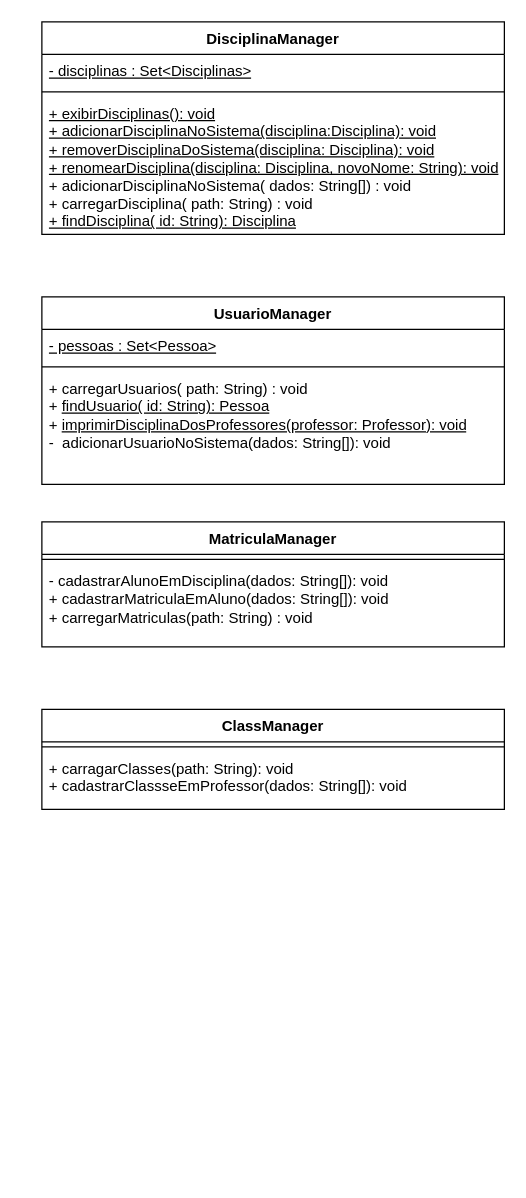
Before: projeto/diagrama_de_classes/diagrama_classe_managers.drawio in Suvacco/AGS, a draw.io diagram. Source tidied: cells renumbered, new cells numbered last; positions are measured from the earlier drawing's top-left corner, leaving out a move shared by most shapes. Both pictures are drawn from the tidied source at 125%, with x=0, y=0 at pixel (41, 21).
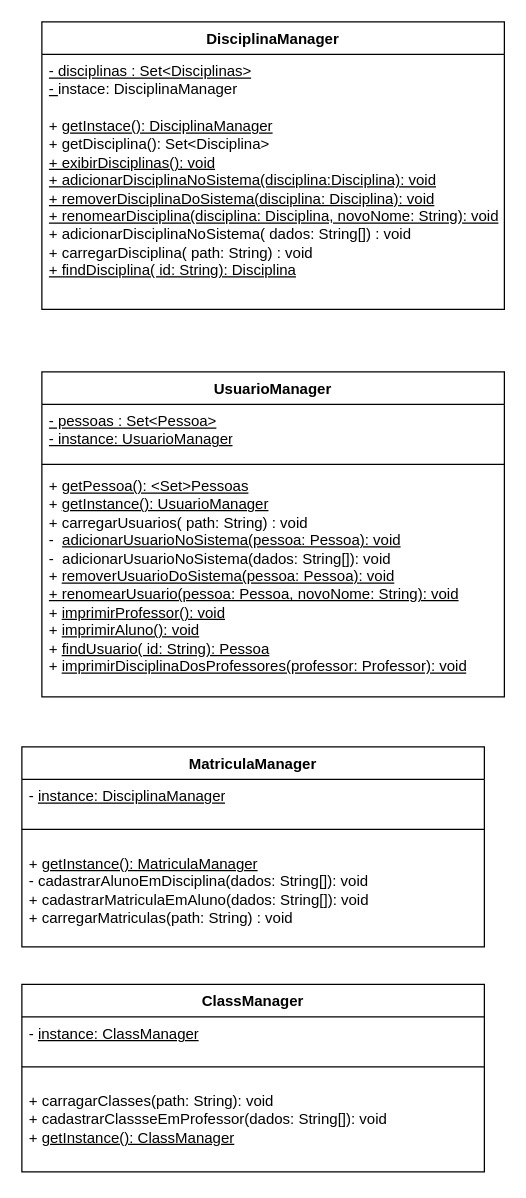
After the change.

Commit message (it also covers changes not shown here):
Diagrama de classes

The edit, as a diff of the source:
```diff
@@
 <mxGraphModel>
   <root>
     <mxCell id="0" />
     <mxCell id="1" parent="0" />
     <mxCell id="2" value="DisciplinaManager" style="swimlane;fontStyle=1;align=center;verticalAlign=top;horizontal=1;startSize=26;whiteSpace=wrap;html=1;" parent="1" vertex="1">
-      <mxGeometry width="370" height="170" as="geometry" />
+      <mxGeometry width="370" height="230" as="geometry" />
     </mxCell>
-    <mxCell id="3" value="&lt;u&gt;- disciplinas : Set&amp;lt;Disciplinas&amp;gt;&lt;/u&gt;" style="text;strokeColor=none;fillColor=none;align=left;verticalAlign=top;spacingLeft=4;spacingRight=4;overflow=hidden;whiteSpace=wrap;html=1;" parent="2" vertex="1">
-      <mxGeometry y="26" width="370" height="26" as="geometry" />
+    <mxCell id="3" value="&lt;div&gt;&lt;u&gt;- disciplinas : Set&amp;lt;Disciplinas&amp;gt;&lt;/u&gt;&lt;/div&gt;&lt;div&gt;&lt;u&gt;- &lt;/u&gt;instace: DisciplinaManager&lt;u&gt;&lt;br&gt;&lt;/u&gt;&lt;/div&gt;" style="text;strokeColor=none;fillColor=none;align=left;verticalAlign=top;spacingLeft=4;spacingRight=4;overflow=hidden;whiteSpace=wrap;html=1;" parent="2" vertex="1">
+      <mxGeometry y="26" width="370" height="44" as="geometry" />
     </mxCell>
-    <mxCell id="4" style="line;strokeWidth=1;fillColor=none;align=left;verticalAlign=middle;spacingTop=-1;spacingLeft=3;spacingRight=3;labelPosition=right;strokeColor=inherit;" parent="2" vertex="1">
-      <mxGeometry y="52" width="370" height="8" as="geometry" />
-    </mxCell>
-    <mxCell id="5" value="&lt;div&gt;&lt;u&gt;+ exibirDisciplinas(): void&lt;/u&gt;&lt;br&gt;&lt;/div&gt;&lt;div&gt;&lt;u&gt;+ adicionarDisciplinaNoSistema(disciplina:Disciplina): void&lt;br&gt;&lt;/u&gt;&lt;/div&gt;&lt;div&gt;&lt;u&gt;+ removerDisciplinaDoSistema(disciplina: Disciplina): void&lt;/u&gt;&lt;/div&gt;&lt;div&gt;&lt;u&gt;+ renomearDisciplina(disciplina: Disciplina, novoNome: String): void&lt;/u&gt;&lt;/div&gt;&lt;div&gt;+ adicionarDisciplinaNoSistema( dados: String[]) : void&lt;/div&gt;&lt;div&gt;+ carregarDisciplina( path: String) : void&lt;/div&gt;&lt;div&gt;&lt;u&gt;+ findDisciplina( id: String): Disciplina&lt;/u&gt;&lt;br&gt;&lt;/div&gt;" style="text;strokeColor=none;fillColor=none;align=left;verticalAlign=top;spacingLeft=4;spacingRight=4;overflow=hidden;whiteSpace=wrap;html=1;" parent="2" vertex="1">
-      <mxGeometry y="60" width="370" height="110" as="geometry" />
+    <mxCell id="5" value="&lt;div&gt;+ &lt;u&gt;getInstace(): DisciplinaManager&lt;/u&gt;&lt;br&gt;&lt;/div&gt;&lt;div&gt;+ getDisciplina(): Set&amp;lt;Disciplina&amp;gt;&lt;br&gt;&lt;/div&gt;&lt;div&gt;&lt;u&gt;+ exibirDisciplinas(): void&lt;/u&gt;&lt;br&gt;&lt;/div&gt;&lt;div&gt;&lt;u&gt;+ adicionarDisciplinaNoSistema(disciplina:Disciplina): void&lt;br&gt;&lt;/u&gt;&lt;/div&gt;&lt;div&gt;&lt;u&gt;+ removerDisciplinaDoSistema(disciplina: Disciplina): void&lt;/u&gt;&lt;/div&gt;&lt;div&gt;&lt;u&gt;+ renomearDisciplina(disciplina: Disciplina, novoNome: String): void&lt;/u&gt;&lt;/div&gt;&lt;div&gt;+ adicionarDisciplinaNoSistema( dados: String[]) : void&lt;/div&gt;&lt;div&gt;+ carregarDisciplina( path: String) : void&lt;/div&gt;&lt;div&gt;&lt;u&gt;+ findDisciplina( id: String): Disciplina&lt;/u&gt;&lt;br&gt;&lt;/div&gt;" style="text;strokeColor=none;fillColor=none;align=left;verticalAlign=top;spacingLeft=4;spacingRight=4;overflow=hidden;whiteSpace=wrap;html=1;" parent="2" vertex="1">
+      <mxGeometry y="70" width="370" height="160" as="geometry" />
     </mxCell>
     <mxCell id="6" value="UsuarioManager" style="swimlane;fontStyle=1;align=center;verticalAlign=top;horizontal=1;startSize=26;whiteSpace=wrap;html=1;" parent="1" vertex="1">
-      <mxGeometry y="220" width="370" height="150" as="geometry" />
+      <mxGeometry y="280" width="370" height="260" as="geometry" />
     </mxCell>
-    <mxCell id="7" value="&lt;u&gt;- pessoas : Set&amp;lt;Pessoa&amp;gt;&lt;/u&gt;" style="text;strokeColor=none;fillColor=none;align=left;verticalAlign=top;spacingLeft=4;spacingRight=4;overflow=hidden;whiteSpace=wrap;html=1;" parent="6" vertex="1">
-      <mxGeometry y="26" width="370" height="26" as="geometry" />
+    <mxCell id="7" value="&lt;div&gt;&lt;u&gt;- pessoas : Set&amp;lt;Pessoa&amp;gt;&lt;br&gt;&lt;/u&gt;&lt;/div&gt;&lt;div&gt;&lt;u&gt;- instance: UsuarioManager&lt;br&gt;&lt;/u&gt;&lt;/div&gt;" style="text;strokeColor=none;fillColor=none;align=left;verticalAlign=top;spacingLeft=4;spacingRight=4;overflow=hidden;whiteSpace=wrap;html=1;" parent="6" vertex="1">
+      <mxGeometry y="26" width="370" height="44" as="geometry" />
     </mxCell>
     <mxCell id="8" style="line;strokeWidth=1;fillColor=none;align=left;verticalAlign=middle;spacingTop=-1;spacingLeft=3;spacingRight=3;labelPosition=right;strokeColor=inherit;" parent="6" vertex="1">
-      <mxGeometry y="52" width="370" height="8" as="geometry" />
+      <mxGeometry y="70" width="370" height="8" as="geometry" />
     </mxCell>
-    <mxCell id="9" value="+ carregarUsuarios( path: String) : void&lt;div&gt;+ &lt;u&gt;findUsuario( id: String): Pessoa&lt;/u&gt;&lt;/div&gt;&lt;div&gt;+ &lt;u&gt;imprimirDisciplinaDosProfessores(professor: Professor): void&lt;/u&gt;&lt;/div&gt;&lt;div&gt;-&amp;nbsp; adicionarUsuarioNoSistema(dados: String[]): void&lt;br&gt;&lt;/div&gt;" style="text;strokeColor=none;fillColor=none;align=left;verticalAlign=top;spacingLeft=4;spacingRight=4;overflow=hidden;whiteSpace=wrap;html=1;" parent="6" vertex="1">
-      <mxGeometry y="60" width="370" height="90" as="geometry" />
+    <mxCell id="9" value="&lt;div&gt;+ &lt;u&gt;getPessoa(): &amp;lt;Set&amp;gt;Pessoas&lt;/u&gt;&lt;/div&gt;+ &lt;u&gt;getInstance(): UsuarioManager&lt;/u&gt;&lt;br&gt;&lt;div&gt;+ carregarUsuarios( path: String) : void&lt;/div&gt;&lt;div&gt;-&amp;nbsp; &lt;u&gt;adicionarUsuarioNoSistema(pessoa: Pessoa): void&lt;/u&gt;&lt;/div&gt;&lt;div&gt;-&amp;nbsp; adicionarUsuarioNoSistema(dados: String[]): void&lt;/div&gt;&lt;div&gt;+ &lt;u&gt;removerUsuarioDoSistema(pessoa: Pessoa): void&lt;/u&gt;&lt;/div&gt;&lt;div&gt;&lt;u&gt;+ renomearUsuario(pessoa: Pessoa, novoNome: String): void&lt;br&gt;&lt;/u&gt;&lt;/div&gt;&lt;div&gt;+ &lt;u&gt;imprimirProfessor(): void&lt;/u&gt;&lt;/div&gt;&lt;div&gt;+ &lt;u&gt;imprimirAluno(): void&lt;/u&gt;&lt;br&gt;&lt;/div&gt;&lt;div&gt;+ &lt;u&gt;findUsuario( id: String): Pessoa&lt;/u&gt;&lt;/div&gt;&lt;div&gt;+ &lt;u&gt;imprimirDisciplinaDosProfessores(professor: Professor): void&lt;/u&gt;&lt;/div&gt;&lt;div&gt;&lt;br&gt;&lt;/div&gt;&lt;div&gt;&lt;br&gt;&lt;/div&gt;&lt;div&gt;&lt;br&gt;&lt;/div&gt;" style="text;strokeColor=none;fillColor=none;align=left;verticalAlign=top;spacingLeft=4;spacingRight=4;overflow=hidden;whiteSpace=wrap;html=1;" parent="6" vertex="1">
+      <mxGeometry y="78" width="370" height="182" as="geometry" />
     </mxCell>
     <mxCell id="10" value="MatriculaManager" style="swimlane;fontStyle=1;align=center;verticalAlign=top;horizontal=1;startSize=26;whiteSpace=wrap;html=1;" parent="1" vertex="1">
-      <mxGeometry y="400" width="370" height="100" as="geometry" />
+      <mxGeometry x="-16" y="580" width="370" height="160" as="geometry" />
     </mxCell>
+    <mxCell id="16" value="- &lt;u&gt;instance: DisciplinaManager&lt;/u&gt;" style="text;strokeColor=none;fillColor=none;align=left;verticalAlign=top;spacingLeft=4;spacingRight=4;overflow=hidden;whiteSpace=wrap;html=1;" parent="10" vertex="1">
+      <mxGeometry y="26" width="370" height="26" as="geometry" />
+    </mxCell>
     <mxCell id="11" style="line;strokeWidth=1;fillColor=none;align=left;verticalAlign=middle;spacingTop=-1;spacingLeft=3;spacingRight=3;labelPosition=right;strokeColor=inherit;" parent="10" vertex="1">
-      <mxGeometry y="26" width="370" height="8" as="geometry" />
+      <mxGeometry y="52" width="370" height="28" as="geometry" />
     </mxCell>
-    <mxCell id="12" value="&lt;div&gt;- cadastrarAlunoEmDisciplina(dados: String[]): void&lt;/div&gt;&lt;div&gt;+ cadastrarMatriculaEmAluno(dados: String[]): void&lt;br&gt;&lt;/div&gt;&lt;div&gt;+ carregarMatriculas(path: String) : void&lt;br&gt;&lt;/div&gt;" style="text;strokeColor=none;fillColor=none;align=left;verticalAlign=top;spacingLeft=4;spacingRight=4;overflow=hidden;whiteSpace=wrap;html=1;" parent="10" vertex="1">
-      <mxGeometry y="34" width="370" height="66" as="geometry" />
+    <mxCell id="12" value="&lt;div&gt;+ &lt;u&gt;getInstance(): MatriculaManager&lt;/u&gt;&lt;br&gt;&lt;/div&gt;&lt;div&gt;- cadastrarAlunoEmDisciplina(dados: String[]): void&lt;/div&gt;&lt;div&gt;+ cadastrarMatriculaEmAluno(dados: String[]): void&lt;br&gt;&lt;/div&gt;&lt;div&gt;+ carregarMatriculas(path: String) : void&lt;br&gt;&lt;/div&gt;" style="text;strokeColor=none;fillColor=none;align=left;verticalAlign=top;spacingLeft=4;spacingRight=4;overflow=hidden;whiteSpace=wrap;html=1;" parent="10" vertex="1">
+      <mxGeometry y="80" width="370" height="80" as="geometry" />
     </mxCell>
     <mxCell id="13" value="ClassManager" style="swimlane;fontStyle=1;align=center;verticalAlign=top;horizontal=1;startSize=26;whiteSpace=wrap;html=1;" parent="1" vertex="1">
-      <mxGeometry y="550" width="370" height="80" as="geometry" />
+      <mxGeometry x="-16" y="770" width="370" height="150" as="geometry" />
     </mxCell>
+    <mxCell id="17" value="- &lt;u&gt;instance: ClassManager&lt;/u&gt;" style="text;strokeColor=none;fillColor=none;align=left;verticalAlign=top;spacingLeft=4;spacingRight=4;overflow=hidden;whiteSpace=wrap;html=1;" parent="13" vertex="1">
+      <mxGeometry y="26" width="370" height="26" as="geometry" />
+    </mxCell>
     <mxCell id="14" style="line;strokeWidth=1;fillColor=none;align=left;verticalAlign=middle;spacingTop=-1;spacingLeft=3;spacingRight=3;labelPosition=right;strokeColor=inherit;" parent="13" vertex="1">
-      <mxGeometry y="26" width="370" height="8" as="geometry" />
+      <mxGeometry y="52" width="370" height="28" as="geometry" />
     </mxCell>
-    <mxCell id="15" value="&lt;div&gt;+ carragarClasses(path: String): void&lt;/div&gt;&lt;div&gt;+ cadastrarClassseEmProfessor(dados: String[]): void&lt;br&gt;&lt;/div&gt;" style="text;strokeColor=none;fillColor=none;align=left;verticalAlign=top;spacingLeft=4;spacingRight=4;overflow=hidden;whiteSpace=wrap;html=1;" parent="13" vertex="1">
-      <mxGeometry y="34" width="370" height="46" as="geometry" />
+    <mxCell id="15" value="&lt;div&gt;+ carragarClasses(path: String): void&lt;/div&gt;&lt;div&gt;+ cadastrarClassseEmProfessor(dados: String[]): void&lt;/div&gt;&lt;div&gt;+ &lt;u&gt;getInstance(): ClassManager&lt;/u&gt;&lt;br&gt;&lt;/div&gt;" style="text;strokeColor=none;fillColor=none;align=left;verticalAlign=top;spacingLeft=4;spacingRight=4;overflow=hidden;whiteSpace=wrap;html=1;" parent="13" vertex="1">
+      <mxGeometry y="80" width="370" height="70" as="geometry" />
     </mxCell>
   </root>
 </mxGraphModel>
```
